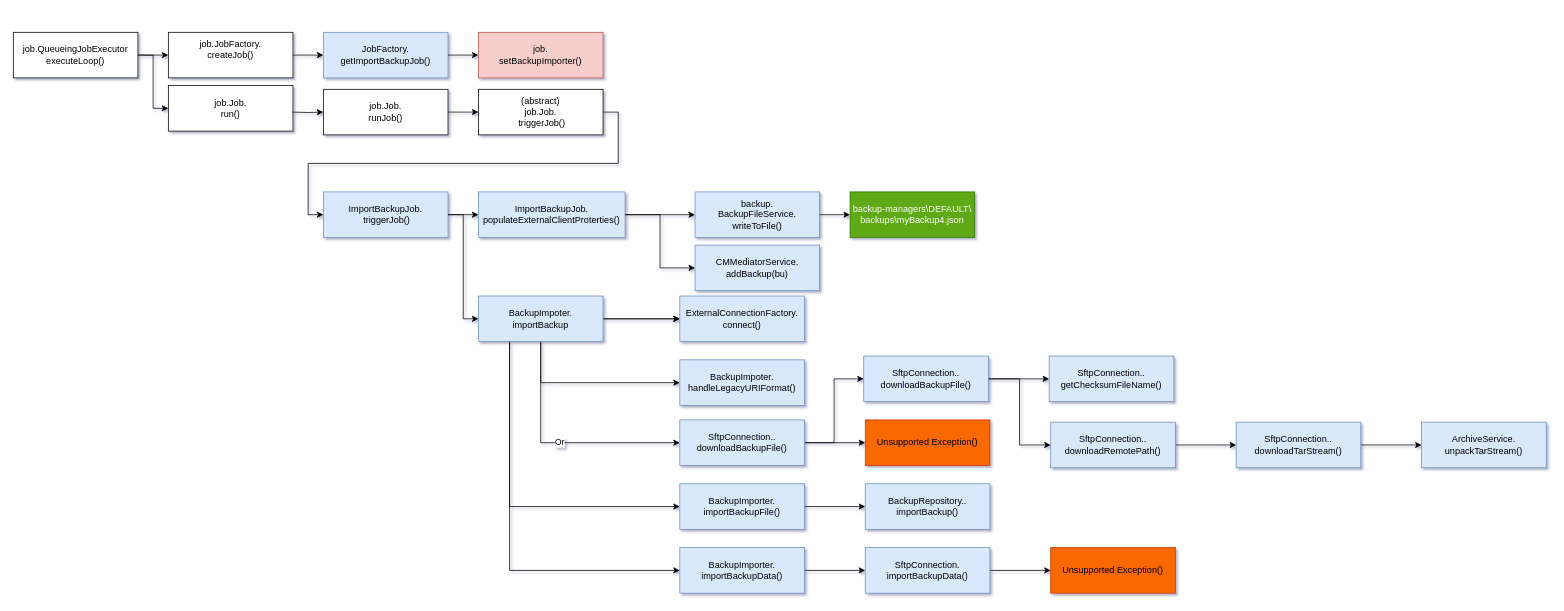
Before: BRO-import.drawio in Albert-W/Draw_io, a draw.io diagram. Source tidied: cells renumbered, new cells numbered last; positions are measured from the earlier drawing's top-left corner, leaving out a move shared by most shapes. Both pictures are drawn from the tidied source at 76%, with x=0, y=0 at pixel (13, 32).
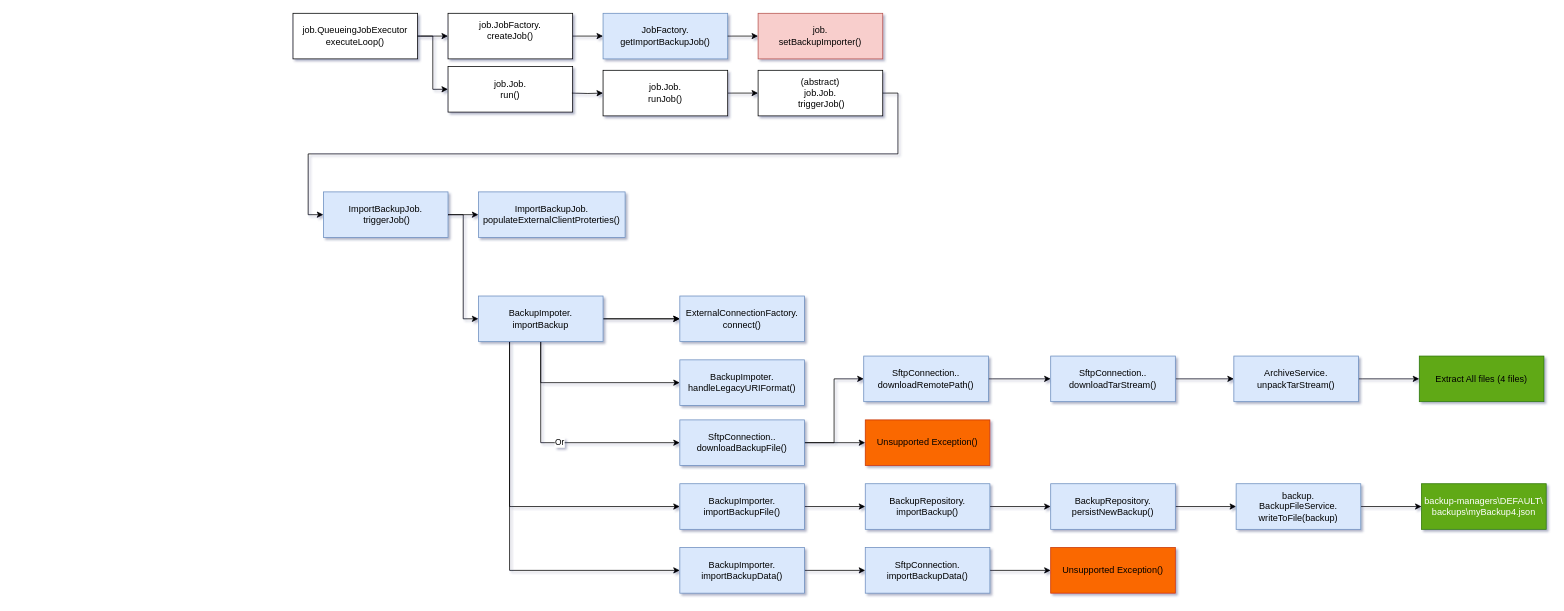
The same page after the edit.

The change refers to these unchanged cells:
```xml
<mxCell id="18" value="&lt;div style=&quot;color: rgb(0 , 0 , 0) ; font-family: &amp;#34;helvetica&amp;#34; ; font-size: 12px ; font-style: normal ; font-weight: 400 ; letter-spacing: normal ; text-align: center ; text-indent: 0px ; text-transform: none ; word-spacing: 0px&quot;&gt;ImportBackupJob.&lt;/div&gt;&lt;div style=&quot;color: rgb(0 , 0 , 0) ; font-family: &amp;#34;helvetica&amp;#34; ; font-size: 12px ; font-style: normal ; font-weight: 400 ; letter-spacing: normal ; text-align: center ; text-indent: 0px ; text-transform: none ; word-spacing: 0px&quot;&gt;populateExternalClientProterties()&lt;/div&gt;" style="whiteSpace=wrap;html=1;align=center;newEdgeStyle={&quot;edgeStyle&quot;:&quot;elbowEdgeStyle&quot;,&quot;startArrow&quot;:&quot;none&quot;,&quot;endArrow&quot;:&quot;none&quot;};fillColor=#dae8fc;strokeColor=#6c8ebf;" parent="1" vertex="1">
  <mxGeometry x="612" y="210" width="193" height="60" as="geometry" />
</mxCell>
```

Change to the diagram source:
```diff
@@
     <mxCell id="2" value="&lt;div style=&quot;color: rgb(0 , 0 , 0) ; font-family: &amp;#34;helvetica&amp;#34; ; font-size: 12px ; font-style: normal ; font-weight: 400 ; letter-spacing: normal ; text-align: center ; text-indent: 0px ; text-transform: none ; word-spacing: 0px ; background-color: rgb(255 , 255 , 255)&quot;&gt;job.QueueingJobExecutor&lt;br&gt;&lt;/div&gt;&lt;div style=&quot;color: rgb(0 , 0 , 0) ; font-family: &amp;#34;helvetica&amp;#34; ; font-size: 12px ; font-style: normal ; font-weight: 400 ; letter-spacing: normal ; text-align: center ; text-indent: 0px ; text-transform: none ; word-spacing: 0px ; background-color: rgb(255 , 255 , 255)&quot;&gt;executeLoop()&lt;br&gt;&lt;/div&gt;" style="whiteSpace=wrap;html=1;align=center;newEdgeStyle={&quot;edgeStyle&quot;:&quot;elbowEdgeStyle&quot;,&quot;startArrow&quot;:&quot;none&quot;,&quot;endArrow&quot;:&quot;none&quot;};" parent="1" vertex="1">
-      <mxGeometry width="164" height="60" as="geometry" />
+      <mxGeometry x="368" y="-25" width="164" height="60" as="geometry" />
     </mxCell>
@@
     <mxCell id="4" value="&lt;div&gt;job.JobFactory.&lt;/div&gt;&lt;div&gt;createJob()&lt;br style=&quot;color: rgb(0 , 0 , 0) ; font-family: &amp;#34;helvetica&amp;#34; ; font-size: 12px ; font-style: normal ; font-weight: 400 ; letter-spacing: normal ; text-align: center ; text-indent: 0px ; text-transform: none ; word-spacing: 0px ; background-color: rgb(255 , 255 , 255)&quot;&gt;&lt;br&gt;&lt;/div&gt;" style="whiteSpace=wrap;html=1;align=center;newEdgeStyle={&quot;edgeStyle&quot;:&quot;elbowEdgeStyle&quot;,&quot;startArrow&quot;:&quot;none&quot;,&quot;endArrow&quot;:&quot;none&quot;};" parent="1" vertex="1">
-      <mxGeometry x="204" width="164" height="60" as="geometry" />
+      <mxGeometry x="572" y="-25" width="164" height="60" as="geometry" />
     </mxCell>
@@
     <mxCell id="6" value="&lt;div&gt;&lt;span style=&quot;color: rgb(0 , 0 , 0) ; font-family: &amp;#34;helvetica&amp;#34; ; font-size: 12px ; font-style: normal ; font-weight: 400 ; letter-spacing: normal ; text-align: center ; text-indent: 0px ; text-transform: none ; word-spacing: 0px ; background-color: rgb(255 , 255 , 255) ; display: inline ; float: none&quot;&gt;job.Job.&lt;/span&gt;&lt;/div&gt;&lt;div&gt;&lt;span style=&quot;color: rgb(0 , 0 , 0) ; font-family: &amp;#34;helvetica&amp;#34; ; font-size: 12px ; font-style: normal ; font-weight: 400 ; letter-spacing: normal ; text-align: center ; text-indent: 0px ; text-transform: none ; word-spacing: 0px ; background-color: rgb(255 , 255 , 255) ; display: inline ; float: none&quot;&gt;run()&lt;/span&gt;&lt;/div&gt;" style="whiteSpace=wrap;html=1;align=center;newEdgeStyle={&quot;edgeStyle&quot;:&quot;elbowEdgeStyle&quot;,&quot;startArrow&quot;:&quot;none&quot;,&quot;endArrow&quot;:&quot;none&quot;};" parent="1" vertex="1">
-      <mxGeometry x="204" y="70" width="164" height="60" as="geometry" />
+      <mxGeometry x="572" y="45" width="164" height="60" as="geometry" />
     </mxCell>
     <mxCell id="7" style="edgeStyle=orthogonalEdgeStyle;rounded=0;jettySize=auto;html=1;entryX=0;entryY=0.5;entryDx=0;entryDy=0;endArrow=classic;endFill=1;" parent="1" edge="1" target="9">
       <mxGeometry relative="1" as="geometry">
-        <mxPoint x="367" y="105" as="sourcePoint" />
+        <mxPoint x="735" y="80" as="sourcePoint" />
       </mxGeometry>
     </mxCell>
@@
     <mxCell id="9" value="&lt;div&gt;&lt;span style=&quot;color: rgb(0 , 0 , 0) ; font-family: &amp;#34;helvetica&amp;#34; ; font-size: 12px ; font-style: normal ; font-weight: 400 ; letter-spacing: normal ; text-align: center ; text-indent: 0px ; text-transform: none ; word-spacing: 0px ; background-color: rgb(255 , 255 , 255) ; display: inline ; float: none&quot;&gt;job.Job.&lt;/span&gt;&lt;/div&gt;&lt;div&gt;&lt;span style=&quot;color: rgb(0 , 0 , 0) ; font-family: &amp;#34;helvetica&amp;#34; ; font-size: 12px ; font-style: normal ; font-weight: 400 ; letter-spacing: normal ; text-align: center ; text-indent: 0px ; text-transform: none ; word-spacing: 0px ; background-color: rgb(255 , 255 , 255) ; display: inline ; float: none&quot;&gt;runJob()&lt;/span&gt;&lt;/div&gt;" style="whiteSpace=wrap;html=1;align=center;newEdgeStyle={&quot;edgeStyle&quot;:&quot;elbowEdgeStyle&quot;,&quot;startArrow&quot;:&quot;none&quot;,&quot;endArrow&quot;:&quot;none&quot;};" parent="1" vertex="1">
-      <mxGeometry x="408" y="75" width="164" height="60" as="geometry" />
+      <mxGeometry x="776" y="50" width="164" height="60" as="geometry" />
     </mxCell>
     <mxCell id="10" value="&lt;div&gt;&lt;span style=&quot;color: rgb(0 , 0 , 0) ; font-family: &amp;#34;helvetica&amp;#34; ; font-size: 12px ; font-style: normal ; font-weight: 400 ; letter-spacing: normal ; text-align: center ; text-indent: 0px ; text-transform: none ; word-spacing: 0px ; background-color: rgb(255 , 255 , 255) ; display: inline ; float: none&quot;&gt;(abstract)&lt;br&gt;&lt;/span&gt;&lt;/div&gt;&lt;div&gt;&lt;span style=&quot;color: rgb(0 , 0 , 0) ; font-family: &amp;#34;helvetica&amp;#34; ; font-size: 12px ; font-style: normal ; font-weight: 400 ; letter-spacing: normal ; text-align: center ; text-indent: 0px ; text-transform: none ; word-spacing: 0px ; background-color: rgb(255 , 255 , 255) ; display: inline ; float: none&quot;&gt;job.Job.&lt;/span&gt;&lt;/div&gt;&lt;div&gt;&lt;span style=&quot;color: rgb(0 , 0 , 0) ; font-family: &amp;#34;helvetica&amp;#34; ; font-size: 12px ; font-style: normal ; font-weight: 400 ; letter-spacing: normal ; text-align: center ; text-indent: 0px ; text-transform: none ; word-spacing: 0px ; background-color: rgb(255 , 255 , 255) ; display: inline ; float: none&quot;&gt;&amp;nbsp;triggerJob()&lt;/span&gt;&lt;/div&gt;" style="whiteSpace=wrap;html=1;align=center;newEdgeStyle={&quot;edgeStyle&quot;:&quot;elbowEdgeStyle&quot;,&quot;startArrow&quot;:&quot;none&quot;,&quot;endArrow&quot;:&quot;none&quot;};" parent="1" vertex="1">
-      <mxGeometry x="612" y="75" width="164" height="60" as="geometry" />
+      <mxGeometry x="980" y="50" width="164" height="60" as="geometry" />
     </mxCell>
@@
     <mxCell id="12" value="&lt;div&gt;JobFactory.&lt;/div&gt;&lt;div&gt;getImportBackupJob()&lt;br&gt;&lt;/div&gt;" style="whiteSpace=wrap;html=1;align=center;newEdgeStyle={&quot;edgeStyle&quot;:&quot;elbowEdgeStyle&quot;,&quot;startArrow&quot;:&quot;none&quot;,&quot;endArrow&quot;:&quot;none&quot;};fillColor=#dae8fc;strokeColor=#6c8ebf;" parent="1" vertex="1">
-      <mxGeometry x="408" width="164" height="60" as="geometry" />
+      <mxGeometry x="776" y="-25" width="164" height="60" as="geometry" />
     </mxCell>
@@
     <mxCell id="14" value="&lt;div&gt;job.&lt;/div&gt;&lt;div&gt;setBackupImporter()&lt;/div&gt;" style="whiteSpace=wrap;html=1;align=center;newEdgeStyle={&quot;edgeStyle&quot;:&quot;elbowEdgeStyle&quot;,&quot;startArrow&quot;:&quot;none&quot;,&quot;endArrow&quot;:&quot;none&quot;};fillColor=#f8cecc;strokeColor=#b85450;" parent="1" vertex="1">
-      <mxGeometry x="612" width="164" height="60" as="geometry" />
+      <mxGeometry x="980" y="-25" width="164" height="60" as="geometry" />
     </mxCell>
@@
-    <mxCell id="27" style="edgeStyle=orthogonalEdgeStyle;rounded=0;jettySize=auto;html=1;exitX=1;exitY=0.5;exitDx=0;exitDy=0;entryX=0;entryY=0.5;entryDx=0;entryDy=0;endArrow=classic;endFill=1;" parent="1" edge="1" source="18" target="28">
-      <mxGeometry relative="1" as="geometry" />
-    </mxCell>
-    <mxCell id="28" value="&lt;div&gt;backup.&lt;/div&gt;&lt;div&gt;BackupFileService.&lt;/div&gt;&lt;div&gt;writeToFile()&lt;br&gt;&lt;/div&gt;" style="whiteSpace=wrap;html=1;align=center;newEdgeStyle={&quot;edgeStyle&quot;:&quot;elbowEdgeStyle&quot;,&quot;startArrow&quot;:&quot;none&quot;,&quot;endArrow&quot;:&quot;none&quot;};fillColor=#dae8fc;strokeColor=#6c8ebf;" parent="1" vertex="1">
-      <mxGeometry x="897" y="210" width="164" height="60" as="geometry" />
-    </mxCell>
-    <mxCell id="29" style="edgeStyle=orthogonalEdgeStyle;rounded=0;jettySize=auto;html=1;exitX=1;exitY=0.5;exitDx=0;exitDy=0;entryX=0;entryY=0.5;entryDx=0;entryDy=0;endArrow=classic;endFill=1;" parent="1" edge="1" source="18" target="30">
-      <mxGeometry relative="1" as="geometry" />
-    </mxCell>
-    <mxCell id="30" value="&lt;div&gt;CMMediatorService.&lt;/div&gt;&lt;div&gt;addBackup(bu)&lt;br&gt;&lt;/div&gt;" style="whiteSpace=wrap;html=1;align=center;newEdgeStyle={&quot;edgeStyle&quot;:&quot;elbowEdgeStyle&quot;,&quot;startArrow&quot;:&quot;none&quot;,&quot;endArrow&quot;:&quot;none&quot;};fillColor=#dae8fc;strokeColor=#6c8ebf;" parent="1" vertex="1">
-      <mxGeometry x="897" y="280" width="164" height="60" as="geometry" />
-    </mxCell>
-    <mxCell id="31" style="edgeStyle=orthogonalEdgeStyle;rounded=0;jettySize=auto;html=1;exitX=1;exitY=0.5;exitDx=0;exitDy=0;entryX=0;entryY=0.5;entryDx=0;entryDy=0;endArrow=classic;endFill=1;" parent="1" edge="1" source="28" target="32">
-      <mxGeometry relative="1" as="geometry" />
-    </mxCell>
-    <mxCell id="32" value="backup-managers\DEFAULT\ backups\myBackup4.json" style="whiteSpace=wrap;html=1;align=center;newEdgeStyle={&quot;edgeStyle&quot;:&quot;elbowEdgeStyle&quot;,&quot;startArrow&quot;:&quot;none&quot;,&quot;endArrow&quot;:&quot;none&quot;};fillColor=#60a917;strokeColor=#2D7600;fontColor=#ffffff;" parent="1" vertex="1">
-      <mxGeometry x="1101" y="210" width="164" height="60" as="geometry" />
-    </mxCell>
@@
+    <mxCell id="56" style="edgeStyle=orthogonalEdgeStyle;rounded=0;jettySize=auto;html=1;" parent="1" edge="1" source="42" target="60">
+      <mxGeometry relative="1" as="geometry" />
+    </mxCell>
-    <mxCell id="42" value="&lt;div style=&quot;color: rgb(0 , 0 , 0) ; font-family: &amp;#34;helvetica&amp;#34; ; font-size: 12px ; font-style: normal ; font-weight: 400 ; letter-spacing: normal ; text-align: center ; text-indent: 0px ; text-transform: none ; word-spacing: 0px&quot;&gt;BackupRepository..&lt;/div&gt;&lt;div style=&quot;color: rgb(0 , 0 , 0) ; font-family: &amp;#34;helvetica&amp;#34; ; font-size: 12px ; font-style: normal ; font-weight: 400 ; letter-spacing: normal ; text-align: center ; text-indent: 0px ; text-transform: none ; word-spacing: 0px&quot;&gt;importBackup()&lt;/div&gt;" style="whiteSpace=wrap;html=1;align=center;newEdgeStyle={&quot;edgeStyle&quot;:&quot;elbowEdgeStyle&quot;,&quot;startArrow&quot;:&quot;none&quot;,&quot;endArrow&quot;:&quot;none&quot;};fillColor=#dae8fc;strokeColor=#6c8ebf;" parent="1" vertex="1">
+    <mxCell id="42" value="&lt;div style=&quot;color: rgb(0 , 0 , 0) ; font-family: &amp;#34;helvetica&amp;#34; ; font-size: 12px ; font-style: normal ; font-weight: 400 ; letter-spacing: normal ; text-align: center ; text-indent: 0px ; text-transform: none ; word-spacing: 0px&quot;&gt;BackupRepository.&lt;/div&gt;&lt;div style=&quot;color: rgb(0 , 0 , 0) ; font-family: &amp;#34;helvetica&amp;#34; ; font-size: 12px ; font-style: normal ; font-weight: 400 ; letter-spacing: normal ; text-align: center ; text-indent: 0px ; text-transform: none ; word-spacing: 0px&quot;&gt;importBackup()&lt;/div&gt;" style="whiteSpace=wrap;html=1;align=center;newEdgeStyle={&quot;edgeStyle&quot;:&quot;elbowEdgeStyle&quot;,&quot;startArrow&quot;:&quot;none&quot;,&quot;endArrow&quot;:&quot;none&quot;};fillColor=#dae8fc;strokeColor=#6c8ebf;" parent="1" vertex="1">
       <mxGeometry x="1121" y="594" width="164" height="60" as="geometry" />
     </mxCell>
@@
-    <mxCell id="47" style="edgeStyle=orthogonalEdgeStyle;rounded=0;jettySize=auto;html=1;" parent="1" edge="1" source="49" target="50">
-      <mxGeometry relative="1" as="geometry" />
-    </mxCell>
-    <mxCell id="48" style="edgeStyle=orthogonalEdgeStyle;rounded=0;jettySize=auto;html=1;exitX=1;exitY=0.5;exitDx=0;exitDy=0;entryX=0;entryY=0.5;entryDx=0;entryDy=0;" parent="1" edge="1" source="49" target="52">
-      <mxGeometry relative="1" as="geometry" />
-    </mxCell>
+    <mxCell id="57" style="edgeStyle=orthogonalEdgeStyle;rounded=0;jettySize=auto;html=1;exitX=1;exitY=0.5;exitDx=0;exitDy=0;entryX=0;entryY=0.5;entryDx=0;entryDy=0;" parent="1" edge="1" source="49" target="54">
+      <mxGeometry relative="1" as="geometry" />
+    </mxCell>
-    <mxCell id="49" value="&lt;div style=&quot;color: rgb(0 , 0 , 0) ; font-family: &amp;#34;helvetica&amp;#34; ; font-size: 12px ; font-style: normal ; font-weight: 400 ; letter-spacing: normal ; text-align: center ; text-indent: 0px ; text-transform: none ; word-spacing: 0px&quot;&gt;SftpConnection..&lt;/div&gt;&lt;div style=&quot;color: rgb(0 , 0 , 0) ; font-family: &amp;#34;helvetica&amp;#34; ; font-size: 12px ; font-style: normal ; font-weight: 400 ; letter-spacing: normal ; text-align: center ; text-indent: 0px ; text-transform: none ; word-spacing: 0px&quot;&gt;downloadBackupFile()&lt;/div&gt;" style="whiteSpace=wrap;html=1;align=center;newEdgeStyle={&quot;edgeStyle&quot;:&quot;elbowEdgeStyle&quot;,&quot;startArrow&quot;:&quot;none&quot;,&quot;endArrow&quot;:&quot;none&quot;};fillColor=#dae8fc;strokeColor=#6c8ebf;" parent="1" vertex="1">
+    <mxCell id="49" value="&lt;div style=&quot;color: rgb(0 , 0 , 0) ; font-family: &amp;#34;helvetica&amp;#34; ; font-size: 12px ; font-style: normal ; font-weight: 400 ; letter-spacing: normal ; text-align: center ; text-indent: 0px ; text-transform: none ; word-spacing: 0px&quot;&gt;SftpConnection..&lt;/div&gt;&lt;div style=&quot;color: rgb(0 , 0 , 0) ; font-family: &amp;#34;helvetica&amp;#34; ; font-size: 12px ; font-style: normal ; font-weight: 400 ; letter-spacing: normal ; text-align: center ; text-indent: 0px ; text-transform: none ; word-spacing: 0px&quot;&gt;downloadRemotePath()&lt;/div&gt;" style="whiteSpace=wrap;html=1;align=center;newEdgeStyle={&quot;edgeStyle&quot;:&quot;elbowEdgeStyle&quot;,&quot;startArrow&quot;:&quot;none&quot;,&quot;endArrow&quot;:&quot;none&quot;};fillColor=#dae8fc;strokeColor=#6c8ebf;" parent="1" vertex="1">
       <mxGeometry x="1119" y="426" width="164" height="60" as="geometry" />
     </mxCell>
-    <mxCell id="50" value="&lt;div style=&quot;color: rgb(0 , 0 , 0) ; font-family: &amp;#34;helvetica&amp;#34; ; font-size: 12px ; font-style: normal ; font-weight: 400 ; letter-spacing: normal ; text-align: center ; text-indent: 0px ; text-transform: none ; word-spacing: 0px&quot;&gt;SftpConnection..&lt;/div&gt;&lt;div style=&quot;color: rgb(0 , 0 , 0) ; font-family: &amp;#34;helvetica&amp;#34; ; font-size: 12px ; font-style: normal ; font-weight: 400 ; letter-spacing: normal ; text-align: center ; text-indent: 0px ; text-transform: none ; word-spacing: 0px&quot;&gt;getChecksumFileName()&lt;/div&gt;" style="whiteSpace=wrap;html=1;align=center;newEdgeStyle={&quot;edgeStyle&quot;:&quot;elbowEdgeStyle&quot;,&quot;startArrow&quot;:&quot;none&quot;,&quot;endArrow&quot;:&quot;none&quot;};fillColor=#dae8fc;strokeColor=#6c8ebf;" parent="1" vertex="1">
-      <mxGeometry x="1363" y="426" width="164" height="60" as="geometry" />
-    </mxCell>
-    <mxCell id="51" style="edgeStyle=orthogonalEdgeStyle;rounded=0;jettySize=auto;html=1;" parent="1" edge="1" source="52" target="54">
-      <mxGeometry relative="1" as="geometry" />
-    </mxCell>
-    <mxCell id="52" value="&lt;div style=&quot;color: rgb(0 , 0 , 0) ; font-family: &amp;#34;helvetica&amp;#34; ; font-size: 12px ; font-style: normal ; font-weight: 400 ; letter-spacing: normal ; text-align: center ; text-indent: 0px ; text-transform: none ; word-spacing: 0px&quot;&gt;SftpConnection..&lt;/div&gt;&lt;div style=&quot;color: rgb(0 , 0 , 0) ; font-family: &amp;#34;helvetica&amp;#34; ; font-size: 12px ; font-style: normal ; font-weight: 400 ; letter-spacing: normal ; text-align: center ; text-indent: 0px ; text-transform: none ; word-spacing: 0px&quot;&gt;downloadRemotePath()&lt;/div&gt;" style="whiteSpace=wrap;html=1;align=center;newEdgeStyle={&quot;edgeStyle&quot;:&quot;elbowEdgeStyle&quot;,&quot;startArrow&quot;:&quot;none&quot;,&quot;endArrow&quot;:&quot;none&quot;};fillColor=#dae8fc;strokeColor=#6c8ebf;" parent="1" vertex="1">
-      <mxGeometry x="1365" y="513" width="164" height="60" as="geometry" />
-    </mxCell>
-    <mxCell id="53" style="edgeStyle=orthogonalEdgeStyle;rounded=0;jettySize=auto;html=1;" parent="1" edge="1" source="54" target="55">
+    <mxCell id="53" style="edgeStyle=orthogonalEdgeStyle;rounded=0;jettySize=auto;html=1;exitX=1;exitY=0.5;exitDx=0;exitDy=0;entryX=0;entryY=0.5;entryDx=0;entryDy=0;" parent="1" edge="1" source="54" target="55">
       <mxGeometry relative="1" as="geometry" />
     </mxCell>
     <mxCell id="54" value="&lt;div style=&quot;color: rgb(0 , 0 , 0) ; font-family: &amp;#34;helvetica&amp;#34; ; font-size: 12px ; font-style: normal ; font-weight: 400 ; letter-spacing: normal ; text-align: center ; text-indent: 0px ; text-transform: none ; word-spacing: 0px&quot;&gt;SftpConnection..&lt;/div&gt;&lt;div style=&quot;color: rgb(0 , 0 , 0) ; font-family: &amp;#34;helvetica&amp;#34; ; font-size: 12px ; font-style: normal ; font-weight: 400 ; letter-spacing: normal ; text-align: center ; text-indent: 0px ; text-transform: none ; word-spacing: 0px&quot;&gt;downloadTarStream()&lt;/div&gt;" style="whiteSpace=wrap;html=1;align=center;newEdgeStyle={&quot;edgeStyle&quot;:&quot;elbowEdgeStyle&quot;,&quot;startArrow&quot;:&quot;none&quot;,&quot;endArrow&quot;:&quot;none&quot;};fillColor=#dae8fc;strokeColor=#6c8ebf;" parent="1" vertex="1">
-      <mxGeometry x="1609" y="513" width="164" height="60" as="geometry" />
+      <mxGeometry x="1365" y="426" width="164" height="60" as="geometry" />
     </mxCell>
+    <mxCell id="58" style="edgeStyle=orthogonalEdgeStyle;rounded=0;jettySize=auto;html=1;" parent="1" edge="1" source="55" target="63">
+      <mxGeometry relative="1" as="geometry" />
+    </mxCell>
     <mxCell id="55" value="&lt;div style=&quot;color: rgb(0 , 0 , 0) ; font-family: &amp;#34;helvetica&amp;#34; ; font-size: 12px ; font-style: normal ; font-weight: 400 ; letter-spacing: normal ; text-align: center ; text-indent: 0px ; text-transform: none ; word-spacing: 0px&quot;&gt;ArchiveService.&lt;/div&gt;&lt;div style=&quot;color: rgb(0 , 0 , 0) ; font-family: &amp;#34;helvetica&amp;#34; ; font-size: 12px ; font-style: normal ; font-weight: 400 ; letter-spacing: normal ; text-align: center ; text-indent: 0px ; text-transform: none ; word-spacing: 0px&quot;&gt;unpackTarStream()&lt;/div&gt;" style="whiteSpace=wrap;html=1;align=center;newEdgeStyle={&quot;edgeStyle&quot;:&quot;elbowEdgeStyle&quot;,&quot;startArrow&quot;:&quot;none&quot;,&quot;endArrow&quot;:&quot;none&quot;};fillColor=#dae8fc;strokeColor=#6c8ebf;" parent="1" vertex="1">
-      <mxGeometry x="1853" y="513" width="164" height="60" as="geometry" />
+      <mxGeometry x="1606" y="426" width="164" height="60" as="geometry" />
     </mxCell>
+    <mxCell id="59" style="edgeStyle=orthogonalEdgeStyle;rounded=0;jettySize=auto;html=1;" parent="1" edge="1" source="60" target="62">
+      <mxGeometry relative="1" as="geometry" />
+    </mxCell>
+    <mxCell id="60" value="&lt;div style=&quot;color: rgb(0 , 0 , 0) ; font-family: &amp;#34;helvetica&amp;#34; ; font-size: 12px ; font-style: normal ; font-weight: 400 ; letter-spacing: normal ; text-align: center ; text-indent: 0px ; text-transform: none ; word-spacing: 0px&quot;&gt;BackupRepository.&lt;/div&gt;&lt;div style=&quot;color: rgb(0 , 0 , 0) ; font-family: &amp;#34;helvetica&amp;#34; ; font-size: 12px ; font-style: normal ; font-weight: 400 ; letter-spacing: normal ; text-align: center ; text-indent: 0px ; text-transform: none ; word-spacing: 0px&quot;&gt;persistNewBackup()&lt;/div&gt;" style="whiteSpace=wrap;html=1;align=center;newEdgeStyle={&quot;edgeStyle&quot;:&quot;elbowEdgeStyle&quot;,&quot;startArrow&quot;:&quot;none&quot;,&quot;endArrow&quot;:&quot;none&quot;};fillColor=#dae8fc;strokeColor=#6c8ebf;" parent="1" vertex="1">
+      <mxGeometry x="1365" y="594" width="164" height="60" as="geometry" />
+    </mxCell>
+    <mxCell id="61" style="edgeStyle=orthogonalEdgeStyle;rounded=0;jettySize=auto;html=1;exitX=1;exitY=0.5;exitDx=0;exitDy=0;entryX=0;entryY=0.5;entryDx=0;entryDy=0;" parent="1" edge="1" source="62" target="32">
+      <mxGeometry relative="1" as="geometry" />
+    </mxCell>
+    <mxCell id="62" value="&lt;div style=&quot;color: rgb(0 , 0 , 0) ; font-family: &amp;#34;helvetica&amp;#34; ; font-size: 12px ; font-style: normal ; font-weight: 400 ; letter-spacing: normal ; text-align: center ; text-indent: 0px ; text-transform: none ; word-spacing: 0px&quot;&gt;backup.&lt;/div&gt;&lt;div style=&quot;color: rgb(0 , 0 , 0) ; font-family: &amp;#34;helvetica&amp;#34; ; font-size: 12px ; font-style: normal ; font-weight: 400 ; letter-spacing: normal ; text-align: center ; text-indent: 0px ; text-transform: none ; word-spacing: 0px&quot;&gt;BackupFileService.&lt;/div&gt;&lt;div style=&quot;color: rgb(0 , 0 , 0) ; font-family: &amp;#34;helvetica&amp;#34; ; font-size: 12px ; font-style: normal ; font-weight: 400 ; letter-spacing: normal ; text-align: center ; text-indent: 0px ; text-transform: none ; word-spacing: 0px&quot;&gt;writeToFile(backup)&lt;/div&gt;" style="whiteSpace=wrap;html=1;align=center;newEdgeStyle={&quot;edgeStyle&quot;:&quot;elbowEdgeStyle&quot;,&quot;startArrow&quot;:&quot;none&quot;,&quot;endArrow&quot;:&quot;none&quot;};fillColor=#dae8fc;strokeColor=#6c8ebf;" parent="1" vertex="1">
+      <mxGeometry x="1609" y="594" width="164" height="60" as="geometry" />
+    </mxCell>
+    <mxCell id="32" value="backup-managers\DEFAULT\ backups\myBackup4.json" style="whiteSpace=wrap;html=1;align=center;newEdgeStyle={&quot;edgeStyle&quot;:&quot;elbowEdgeStyle&quot;,&quot;startArrow&quot;:&quot;none&quot;,&quot;endArrow&quot;:&quot;none&quot;};fillColor=#60a917;strokeColor=#2D7600;fontColor=#ffffff;" parent="1" vertex="1">
+      <mxGeometry x="1853" y="594" width="164" height="60" as="geometry" />
+    </mxCell>
+    <mxCell id="63" value="&lt;div style=&quot;color: rgb(0 , 0 , 0) ; font-family: &amp;#34;helvetica&amp;#34; ; font-size: 12px ; font-style: normal ; font-weight: 400 ; letter-spacing: normal ; text-align: center ; text-indent: 0px ; text-transform: none ; word-spacing: 0px&quot;&gt;Extract All files (4 files)&lt;/div&gt;" style="whiteSpace=wrap;html=1;align=center;newEdgeStyle={&quot;edgeStyle&quot;:&quot;elbowEdgeStyle&quot;,&quot;startArrow&quot;:&quot;none&quot;,&quot;endArrow&quot;:&quot;none&quot;};fillColor=#60a917;strokeColor=#2D7600;fontColor=#ffffff;" parent="1" vertex="1">
+      <mxGeometry x="1850" y="426" width="164" height="60" as="geometry" />
+    </mxCell>
```
